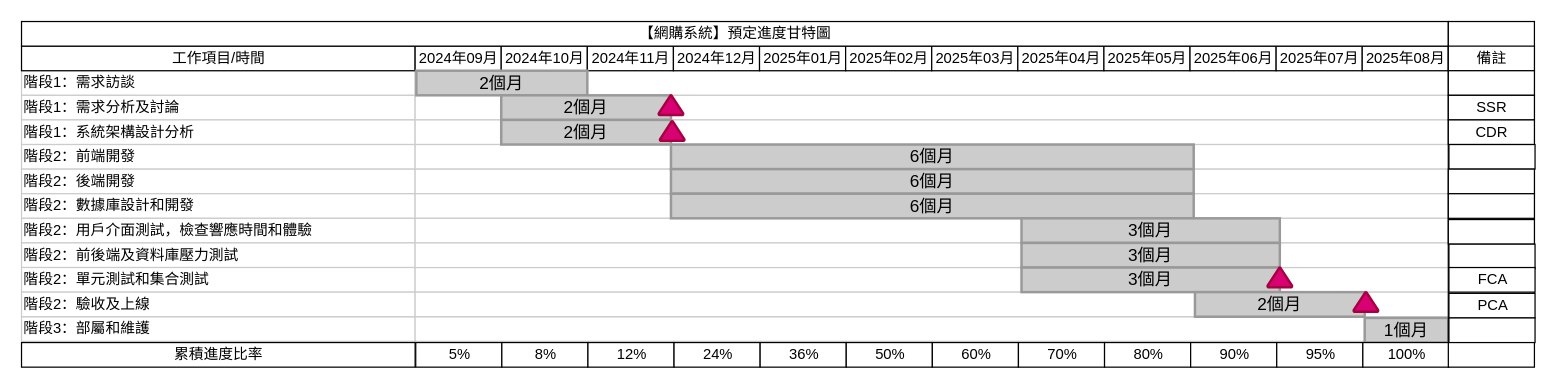
Before: src/一下_軟體專案管理/專案管理2024.05.04.drawio in weiiweiihung/NTOU_Homework, a draw.io diagram. Source tidied: cells renumbered, new cells numbered last; positions are measured from the earlier drawing's top-left corner, leaving out a move shared by most shapes. Both pictures are drawn from the tidied source at 123%, with x=0, y=0 at pixel (21, 21).
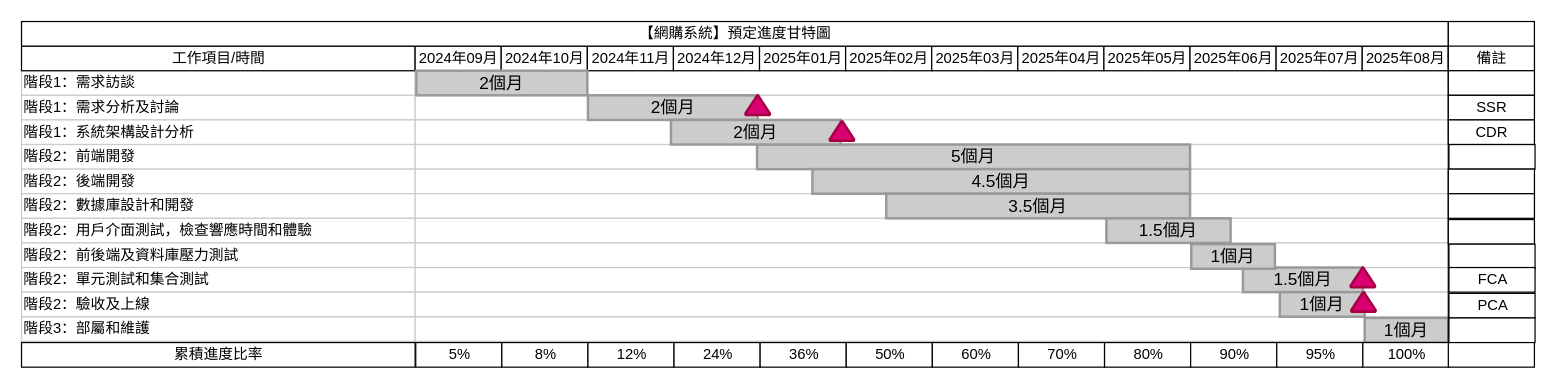
The same page after the edit.

The edit, as a diff of the source:
```diff
@@
-    <mxCell id="31" value="6個月" style="whiteSpace=wrap;html=1;strokeWidth=2;fillColor=#CCCCCC;gradientColor=none;fontSize=14;align=center;strokeColor=#999999;" parent="1" vertex="1">
-      <mxGeometry x="528" y="100" width="425" height="20" as="geometry" />
+    <mxCell id="31" value="5個月" style="whiteSpace=wrap;html=1;strokeWidth=2;fillColor=#CCCCCC;gradientColor=none;fontSize=14;align=center;strokeColor=#999999;" parent="1" vertex="1">
+      <mxGeometry x="598" y="100" width="352" height="20" as="geometry" />
     </mxCell>
@@
     <mxCell id="40" value="2個月" style="whiteSpace=wrap;html=1;strokeWidth=2;fillColor=#CCCCCC;gradientColor=none;fontSize=14;align=center;strokeColor=#999999;" parent="1" vertex="1">
-      <mxGeometry x="390" y="60" width="138" height="20" as="geometry" />
+      <mxGeometry x="460.5" y="60" width="138" height="20" as="geometry" />
     </mxCell>
     <mxCell id="41" value="2個月" style="whiteSpace=wrap;html=1;strokeWidth=2;fillColor=#CCCCCC;gradientColor=none;fontSize=14;align=center;strokeColor=#999999;" parent="1" vertex="1">
-      <mxGeometry x="390" y="80" width="138" height="20" as="geometry" />
+      <mxGeometry x="528" y="80" width="138" height="20" as="geometry" />
     </mxCell>
@@
-    <mxCell id="43" value="6個月" style="whiteSpace=wrap;html=1;strokeWidth=2;fillColor=#CCCCCC;gradientColor=none;fontSize=14;align=center;strokeColor=#999999;" parent="1" vertex="1">
-      <mxGeometry x="528" y="120" width="425" height="20" as="geometry" />
+    <mxCell id="43" value="4.5個月" style="whiteSpace=wrap;html=1;strokeWidth=2;fillColor=#CCCCCC;gradientColor=none;fontSize=14;align=center;strokeColor=#999999;" parent="1" vertex="1">
+      <mxGeometry x="643" y="120" width="307" height="20" as="geometry" />
     </mxCell>
-    <mxCell id="44" value="6個月" style="whiteSpace=wrap;html=1;strokeWidth=2;fillColor=#CCCCCC;gradientColor=none;fontSize=14;align=center;strokeColor=#999999;" parent="1" vertex="1">
-      <mxGeometry x="528" y="140" width="425" height="20" as="geometry" />
+    <mxCell id="44" value="3.5個月" style="whiteSpace=wrap;html=1;strokeWidth=2;fillColor=#CCCCCC;gradientColor=none;fontSize=14;align=center;strokeColor=#999999;" parent="1" vertex="1">
+      <mxGeometry x="703" y="140" width="247" height="20" as="geometry" />
     </mxCell>
-    <mxCell id="45" value="3個月" style="whiteSpace=wrap;html=1;strokeWidth=2;fillColor=#CCCCCC;gradientColor=none;fontSize=14;align=center;strokeColor=#999999;" parent="1" vertex="1">
-      <mxGeometry x="813" y="160" width="210" height="20" as="geometry" />
+    <mxCell id="45" value="1.5個月" style="whiteSpace=wrap;html=1;strokeWidth=2;fillColor=#CCCCCC;gradientColor=none;fontSize=14;align=center;strokeColor=#999999;" parent="1" vertex="1">
+      <mxGeometry x="882" y="160" width="101" height="20" as="geometry" />
     </mxCell>
-    <mxCell id="46" value="3個月" style="whiteSpace=wrap;html=1;strokeWidth=2;fillColor=#CCCCCC;gradientColor=none;fontSize=14;align=center;strokeColor=#999999;" parent="1" vertex="1">
-      <mxGeometry x="813" y="180" width="210" height="20" as="geometry" />
-    </mxCell>
-    <mxCell id="47" value="3個月" style="whiteSpace=wrap;html=1;strokeWidth=2;fillColor=#CCCCCC;gradientColor=none;fontSize=14;align=center;strokeColor=#999999;" parent="1" vertex="1">
-      <mxGeometry x="813" y="200" width="210" height="20" as="geometry" />
+    <mxCell id="47" value="1.5個月" style="whiteSpace=wrap;html=1;strokeWidth=2;fillColor=#CCCCCC;gradientColor=none;fontSize=14;align=center;strokeColor=#999999;" parent="1" vertex="1">
+      <mxGeometry x="993" y="200" width="97.5" height="20" as="geometry" />
     </mxCell>
-    <mxCell id="48" value="2個月" style="whiteSpace=wrap;html=1;strokeWidth=2;fillColor=#CCCCCC;gradientColor=none;fontSize=14;align=center;strokeColor=#999999;" parent="1" vertex="1">
-      <mxGeometry x="954" y="220" width="138" height="20" as="geometry" />
+    <mxCell id="48" value="1個月" style="whiteSpace=wrap;html=1;strokeWidth=2;fillColor=#CCCCCC;gradientColor=none;fontSize=14;align=center;strokeColor=#999999;" parent="1" vertex="1">
+      <mxGeometry x="1023" y="220" width="69" height="20" as="geometry" />
     </mxCell>
@@
     <mxCell id="62" style="strokeWidth=2;html=1;shape=mxgraph.flowchart.extract_or_measurement;whiteSpace=wrap;fillColor=#d80073;fontColor=#ffffff;strokeColor=#A50040;" parent="1" vertex="1">
-      <mxGeometry x="518" y="60" width="20" height="16" as="geometry" />
+      <mxGeometry x="588.5" y="60" width="20" height="16" as="geometry" />
     </mxCell>
@@
     <mxCell id="76" style="strokeWidth=2;html=1;shape=mxgraph.flowchart.extract_or_measurement;whiteSpace=wrap;fillColor=#d80073;fontColor=#ffffff;strokeColor=#A50040;" parent="1" vertex="1">
-      <mxGeometry x="519" y="81" width="20" height="16" as="geometry" />
+      <mxGeometry x="657" y="81" width="20" height="16" as="geometry" />
     </mxCell>
     <mxCell id="77" style="strokeWidth=2;html=1;shape=mxgraph.flowchart.extract_or_measurement;whiteSpace=wrap;fillColor=#d80073;fontColor=#ffffff;strokeColor=#A50040;" parent="1" vertex="1">
-      <mxGeometry x="1013" y="200" width="20" height="16" as="geometry" />
+      <mxGeometry x="1080.5" y="200" width="20" height="16" as="geometry" />
     </mxCell>
     <mxCell id="78" style="strokeWidth=2;html=1;shape=mxgraph.flowchart.extract_or_measurement;whiteSpace=wrap;fillColor=#d80073;fontColor=#ffffff;strokeColor=#A50040;" parent="1" vertex="1">
-      <mxGeometry x="1083" y="220" width="20" height="16" as="geometry" />
+      <mxGeometry x="1081" y="220" width="20" height="16" as="geometry" />
     </mxCell>
+    <mxCell id="79" value="1個月" style="whiteSpace=wrap;html=1;strokeWidth=2;fillColor=#CCCCCC;gradientColor=none;fontSize=14;align=center;strokeColor=#999999;" parent="1" vertex="1">
+      <mxGeometry x="951" y="181" width="68" height="20" as="geometry" />
+    </mxCell>
```
